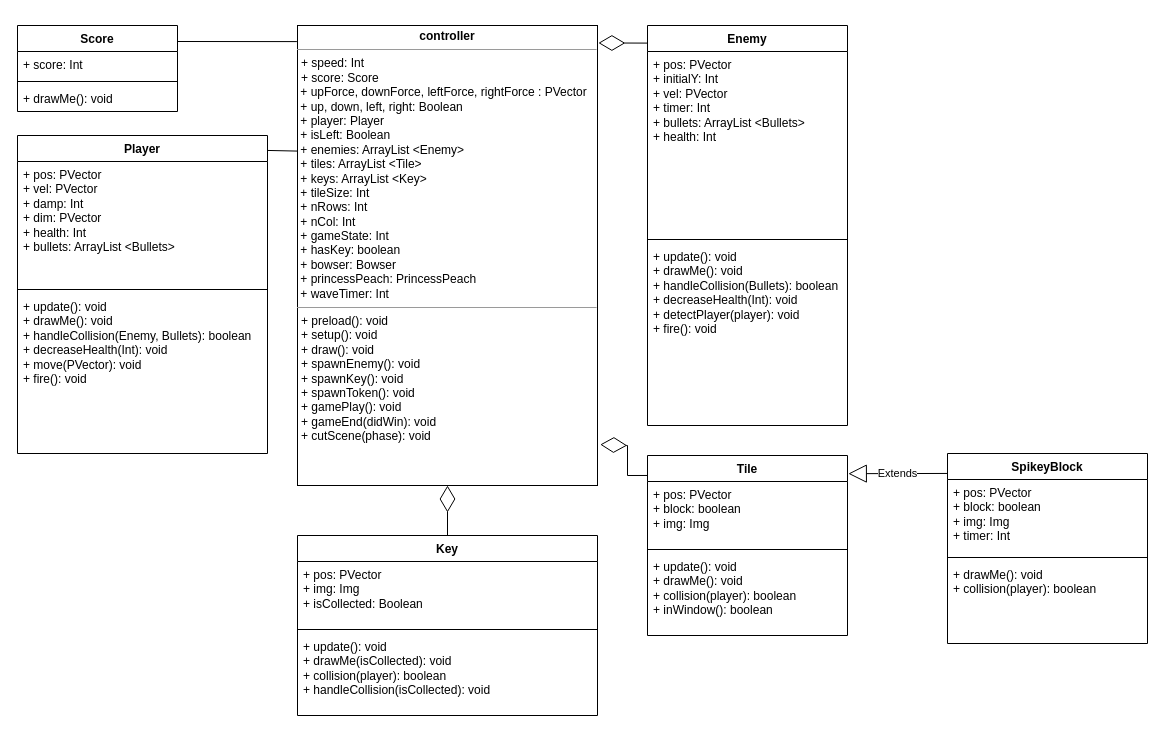
Above: Untitled Diagram.drawio in harjotsk03/wireframeTest (draw.io), before the change. Source tidied: cells renumbered, new cells numbered last; positions are measured from the earlier drawing's top-left corner, leaving out a move shared by most shapes. Both pictures are drawn from the tidied source at 100%, with x=0, y=0 at pixel (17, 25).
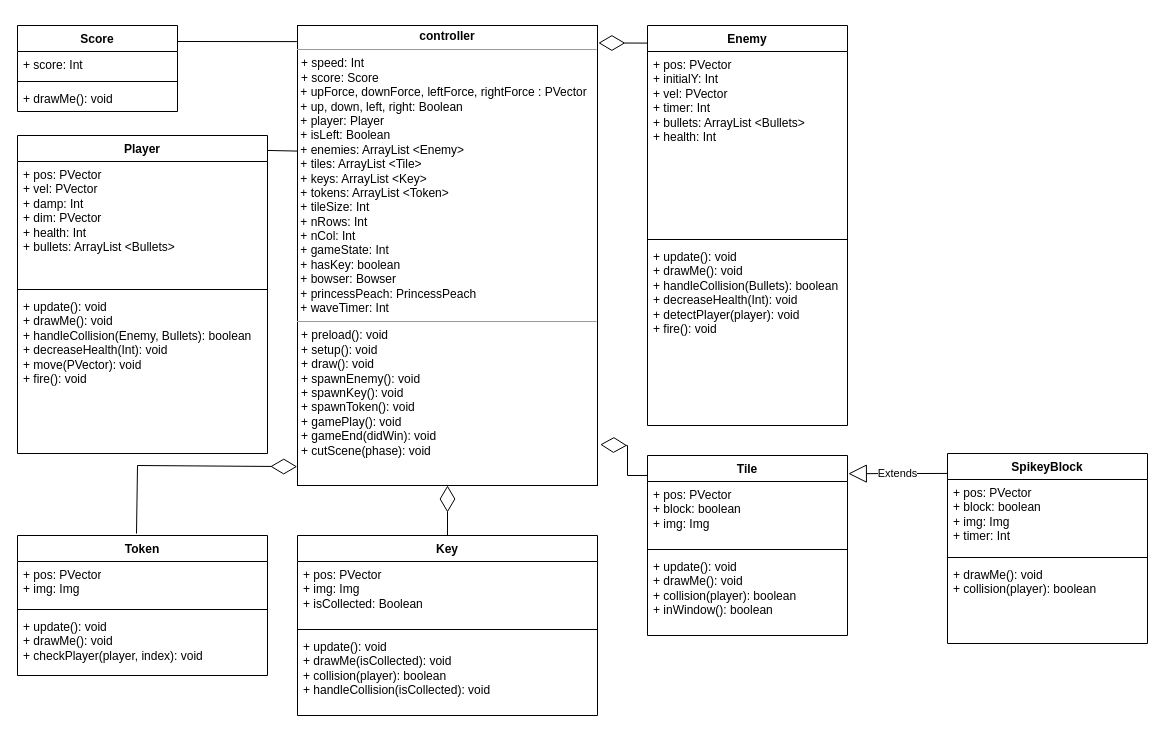
The same diagram, later.

Commit message:
add token class

Diff of the diagram source:
```diff
@@
-    <mxCell id="2" value="&lt;p style=&quot;margin:0px;margin-top:4px;text-align:center;&quot;&gt;&lt;b&gt;controller&lt;/b&gt;&lt;/p&gt;&lt;hr size=&quot;1&quot;&gt;&lt;p style=&quot;margin:0px;margin-left:4px;&quot;&gt;+ speed: Int&lt;br&gt;+ score: Score&lt;/p&gt;&amp;nbsp;+ upForce, downForce, leftForce, rightForce : PVector&lt;div&gt;&amp;nbsp;+ up, down, left, right: Boolean&lt;/div&gt;&lt;div&gt;&amp;nbsp;+ player: Player&lt;/div&gt;&lt;div&gt;&amp;nbsp;+ isLeft: Boolean&lt;/div&gt;&lt;div&gt;&amp;nbsp;&lt;span style=&quot;background-color: initial;&quot;&gt;+ enemies: ArrayList &amp;lt;Enemy&amp;gt;&lt;/span&gt;&lt;/div&gt;&lt;div&gt;&amp;nbsp;+ tiles: ArrayList &amp;lt;Tile&amp;gt;&lt;span style=&quot;background-color: initial;&quot;&gt;&lt;br&gt;&lt;/span&gt;&lt;/div&gt;&lt;div&gt;&amp;nbsp;+ keys: ArrayList &amp;lt;Key&amp;gt;&lt;br&gt;&lt;/div&gt;&lt;div&gt;&amp;nbsp;+ tileSize: Int&lt;br&gt;&lt;/div&gt;&lt;div&gt;&amp;nbsp;+ nRows: Int&lt;/div&gt;&lt;div&gt;&amp;nbsp;+ nCol: Int&lt;/div&gt;&lt;div&gt;&amp;nbsp;+ gameState: Int&lt;/div&gt;&lt;div&gt;&amp;nbsp;+ hasKey: boolean&lt;/div&gt;&lt;div&gt;&amp;nbsp;+ bowser: Bowser&lt;/div&gt;&lt;div&gt;&amp;nbsp;+ princessPeach: PrincessPeach&lt;/div&gt;&lt;div&gt;&amp;nbsp;+ waveTimer: Int&lt;/div&gt;&lt;div&gt;&lt;hr size=&quot;1&quot;&gt;&lt;p style=&quot;margin:0px;margin-left:4px;&quot;&gt;+ preload(): void&lt;/p&gt;&lt;p style=&quot;margin:0px;margin-left:4px;&quot;&gt;+ setup(): void&lt;/p&gt;&lt;p style=&quot;margin:0px;margin-left:4px;&quot;&gt;+ draw(): void&lt;/p&gt;&lt;p style=&quot;margin:0px;margin-left:4px;&quot;&gt;+ spawnEnemy(): void&lt;/p&gt;&lt;p style=&quot;margin:0px;margin-left:4px;&quot;&gt;+ spawnKey(): void&lt;/p&gt;&lt;p style=&quot;margin:0px;margin-left:4px;&quot;&gt;+ spawnToken(): void&lt;/p&gt;&lt;p style=&quot;margin:0px;margin-left:4px;&quot;&gt;+ gamePlay(): void&lt;/p&gt;&lt;p style=&quot;margin:0px;margin-left:4px;&quot;&gt;+ gameEnd(didWin): void&lt;/p&gt;&lt;p style=&quot;margin:0px;margin-left:4px;&quot;&gt;+ cutScene(phase): void&lt;/p&gt;&lt;p style=&quot;margin:0px;margin-left:4px;&quot;&gt;&lt;br&gt;&lt;/p&gt;&lt;/div&gt;" style="verticalAlign=top;align=left;overflow=fill;fontSize=12;fontFamily=Helvetica;html=1;rounded=0;shadow=0;comic=0;labelBackgroundColor=none;strokeWidth=1;" parent="1" vertex="1">
+    <mxCell id="2" value="&lt;p style=&quot;margin:0px;margin-top:4px;text-align:center;&quot;&gt;&lt;b&gt;controller&lt;/b&gt;&lt;/p&gt;&lt;hr size=&quot;1&quot;&gt;&lt;p style=&quot;margin:0px;margin-left:4px;&quot;&gt;+ speed: Int&lt;br&gt;+ score: Score&lt;/p&gt;&amp;nbsp;+ upForce, downForce, leftForce, rightForce : PVector&lt;div&gt;&amp;nbsp;+ up, down, left, right: Boolean&lt;/div&gt;&lt;div&gt;&amp;nbsp;+ player: Player&lt;/div&gt;&lt;div&gt;&amp;nbsp;+ isLeft: Boolean&lt;/div&gt;&lt;div&gt;&amp;nbsp;&lt;span style=&quot;background-color: initial;&quot;&gt;+ enemies: ArrayList &amp;lt;Enemy&amp;gt;&lt;/span&gt;&lt;/div&gt;&lt;div&gt;&amp;nbsp;+ tiles: ArrayList &amp;lt;Tile&amp;gt;&lt;span style=&quot;background-color: initial;&quot;&gt;&lt;br&gt;&lt;/span&gt;&lt;/div&gt;&lt;div&gt;&amp;nbsp;+ keys: ArrayList &amp;lt;Key&amp;gt;&lt;br&gt;&lt;/div&gt;&lt;div&gt;&amp;nbsp;+ tokens: ArrayList &amp;lt;Token&amp;gt;&lt;/div&gt;&lt;div&gt;&amp;nbsp;+ tileSize: Int&lt;br&gt;&lt;/div&gt;&lt;div&gt;&amp;nbsp;+ nRows: Int&lt;/div&gt;&lt;div&gt;&amp;nbsp;+ nCol: Int&lt;/div&gt;&lt;div&gt;&amp;nbsp;+ gameState: Int&lt;/div&gt;&lt;div&gt;&amp;nbsp;+ hasKey: boolean&lt;/div&gt;&lt;div&gt;&amp;nbsp;+ bowser: Bowser&lt;/div&gt;&lt;div&gt;&amp;nbsp;+ princessPeach: PrincessPeach&lt;/div&gt;&lt;div&gt;&amp;nbsp;+ waveTimer: Int&lt;/div&gt;&lt;div&gt;&lt;hr size=&quot;1&quot;&gt;&lt;p style=&quot;margin:0px;margin-left:4px;&quot;&gt;+ preload(): void&lt;/p&gt;&lt;p style=&quot;margin:0px;margin-left:4px;&quot;&gt;+ setup(): void&lt;/p&gt;&lt;p style=&quot;margin:0px;margin-left:4px;&quot;&gt;+ draw(): void&lt;/p&gt;&lt;p style=&quot;margin:0px;margin-left:4px;&quot;&gt;+ spawnEnemy(): void&lt;/p&gt;&lt;p style=&quot;margin:0px;margin-left:4px;&quot;&gt;+ spawnKey(): void&lt;/p&gt;&lt;p style=&quot;margin:0px;margin-left:4px;&quot;&gt;+ spawnToken(): void&lt;/p&gt;&lt;p style=&quot;margin:0px;margin-left:4px;&quot;&gt;+ gamePlay(): void&lt;/p&gt;&lt;p style=&quot;margin:0px;margin-left:4px;&quot;&gt;+ gameEnd(didWin): void&lt;/p&gt;&lt;p style=&quot;margin:0px;margin-left:4px;&quot;&gt;+ cutScene(phase): void&lt;/p&gt;&lt;p style=&quot;margin:0px;margin-left:4px;&quot;&gt;&lt;br&gt;&lt;/p&gt;&lt;/div&gt;" style="verticalAlign=top;align=left;overflow=fill;fontSize=12;fontFamily=Helvetica;html=1;rounded=0;shadow=0;comic=0;labelBackgroundColor=none;strokeWidth=1;" parent="1" vertex="1">
       <mxGeometry x="280" width="300" height="460" as="geometry" />
     </mxCell>
@@
+    <mxCell id="33" value="Token" style="swimlane;fontStyle=1;align=center;verticalAlign=top;horizontal=1;startSize=26;whiteSpace=wrap;html=1;" parent="1" vertex="1">
+      <mxGeometry y="510" width="250" height="140" as="geometry" />
+    </mxCell>
+    <mxCell id="34" value="+ pos: PVector&lt;div&gt;+ img: Img&lt;/div&gt;" style="text;strokeColor=none;fillColor=none;align=left;verticalAlign=top;spacingLeft=4;spacingRight=4;overflow=hidden;whiteSpace=wrap;html=1;" parent="33" vertex="1">
+      <mxGeometry y="26" width="250" height="44" as="geometry" />
+    </mxCell>
+    <mxCell id="35" style="line;strokeWidth=1;fillColor=none;align=left;verticalAlign=middle;spacingTop=-1;spacingLeft=3;spacingRight=3;labelPosition=right;strokeColor=inherit;" parent="33" vertex="1">
+      <mxGeometry y="70" width="250" height="8" as="geometry" />
+    </mxCell>
+    <mxCell id="36" value="+ update(): void&lt;div&gt;+ drawMe(): void&lt;div&gt;+ checkPlayer(player, index): void&lt;/div&gt;&lt;/div&gt;&lt;div&gt;&lt;br&gt;&lt;/div&gt;" style="text;strokeColor=none;fillColor=none;align=left;verticalAlign=top;spacingLeft=4;spacingRight=4;overflow=hidden;whiteSpace=wrap;html=1;" parent="33" vertex="1">
+      <mxGeometry y="78" width="250" height="62" as="geometry" />
+    </mxCell>
+    <mxCell id="37" style="endArrow=diamondThin;endFill=0;endSize=24;html=1;rounded=0;exitX=0.476;exitY=-0.014;exitDx=0;exitDy=0;exitPerimeter=0;entryX=-0.001;entryY=0.959;entryDx=0;entryDy=0;entryPerimeter=0;" parent="1" edge="1" source="33" target="2">
+      <mxGeometry relative="1" as="geometry">
+        <Array as="points">
+          <mxPoint x="120" y="440" />
+        </Array>
+      </mxGeometry>
+    </mxCell>
```
